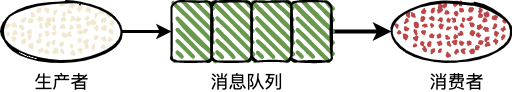
Before: img/mq-queue.png, a diagram exported from draw.io (boilingfrog/Go-POINT). Source tidied: cells renumbered, new cells last; positions are measured from the earlier drawing's top-left corner, leaving out a move shared by most shapes.
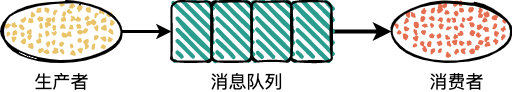
After the commit.

The edit, as a diff of the source:
```diff
@@ -5,25 +5,25 @@
     <mxCell id="2" style="edgeStyle=none;html=1;entryX=0;entryY=0.5;entryDx=0;entryDy=0;startArrow=none;startFill=0;strokeWidth=3;" parent="1" edge="1" source="3" target="4">
       <mxGeometry relative="1" as="geometry" />
     </mxCell>
-    <mxCell id="3" style="ellipse;whiteSpace=wrap;html=1;strokeWidth=2;fillWeight=2;hachureGap=8;fillStyle=dots;sketch=1;fillColor=#F2E8CF;" parent="1" vertex="1">
+    <mxCell id="3" style="ellipse;whiteSpace=wrap;html=1;strokeWidth=2;fillWeight=2;hachureGap=8;fillStyle=dots;sketch=1;fillColor=#E9C46A;" parent="1" vertex="1">
       <mxGeometry width="120" height="60" as="geometry" />
     </mxCell>
-    <mxCell id="4" style="rounded=1;whiteSpace=wrap;html=1;strokeWidth=2;fillWeight=4;hachureGap=8;hachureAngle=45;sketch=1;fillColor=#6A994E;" parent="1" vertex="1">
+    <mxCell id="4" style="rounded=1;whiteSpace=wrap;html=1;strokeWidth=2;fillWeight=4;hachureGap=8;hachureAngle=45;sketch=1;fillColor=#2A9D8F;" parent="1" vertex="1">
       <mxGeometry x="170" width="40" height="60" as="geometry" />
     </mxCell>
-    <mxCell id="5" style="rounded=1;whiteSpace=wrap;html=1;strokeWidth=2;fillWeight=4;hachureGap=8;hachureAngle=45;sketch=1;fillColor=#6A994E;" parent="1" vertex="1">
+    <mxCell id="5" style="rounded=1;whiteSpace=wrap;html=1;strokeWidth=2;fillWeight=4;hachureGap=8;hachureAngle=45;sketch=1;fillColor=#2A9D8F;" parent="1" vertex="1">
       <mxGeometry x="210" width="40" height="60" as="geometry" />
     </mxCell>
-    <mxCell id="6" style="rounded=1;whiteSpace=wrap;html=1;strokeWidth=2;fillWeight=4;hachureGap=8;hachureAngle=45;sketch=1;fillColor=#6A994E;" parent="1" vertex="1">
+    <mxCell id="6" style="rounded=1;whiteSpace=wrap;html=1;strokeWidth=2;fillWeight=4;hachureGap=8;hachureAngle=45;sketch=1;fillColor=#2A9D8F;" parent="1" vertex="1">
       <mxGeometry x="250" width="40" height="60" as="geometry" />
     </mxCell>
     <mxCell id="7" style="edgeStyle=none;html=1;strokeWidth=4;" parent="1" edge="1" source="8" target="9">
       <mxGeometry relative="1" as="geometry" />
     </mxCell>
-    <mxCell id="8" style="rounded=1;whiteSpace=wrap;html=1;strokeWidth=2;fillWeight=4;hachureGap=8;hachureAngle=45;sketch=1;fillColor=#6A994E;" parent="1" vertex="1">
+    <mxCell id="8" style="rounded=1;whiteSpace=wrap;html=1;strokeWidth=2;fillWeight=4;hachureGap=8;hachureAngle=45;sketch=1;fillColor=#2A9D8F;" parent="1" vertex="1">
       <mxGeometry x="290" width="40" height="60" as="geometry" />
     </mxCell>
-    <mxCell id="9" style="ellipse;whiteSpace=wrap;html=1;strokeWidth=2;fillWeight=2;hachureGap=8;fillStyle=dots;sketch=1;fillColor=#BC4749;" parent="1" vertex="1">
+    <mxCell id="9" style="ellipse;whiteSpace=wrap;html=1;strokeWidth=2;fillWeight=2;hachureGap=8;fillStyle=dots;sketch=1;fillColor=#E76F51;" parent="1" vertex="1">
       <mxGeometry x="390" width="120" height="60" as="geometry" />
     </mxCell>
     <mxCell id="10" value="&lt;font style=&quot;font-size: 18px&quot;&gt;消息队列&lt;/font&gt;" style="text;html=1;align=center;verticalAlign=middle;strokeColor=none;strokeWidth=1;" parent="1" vertex="1">
```
